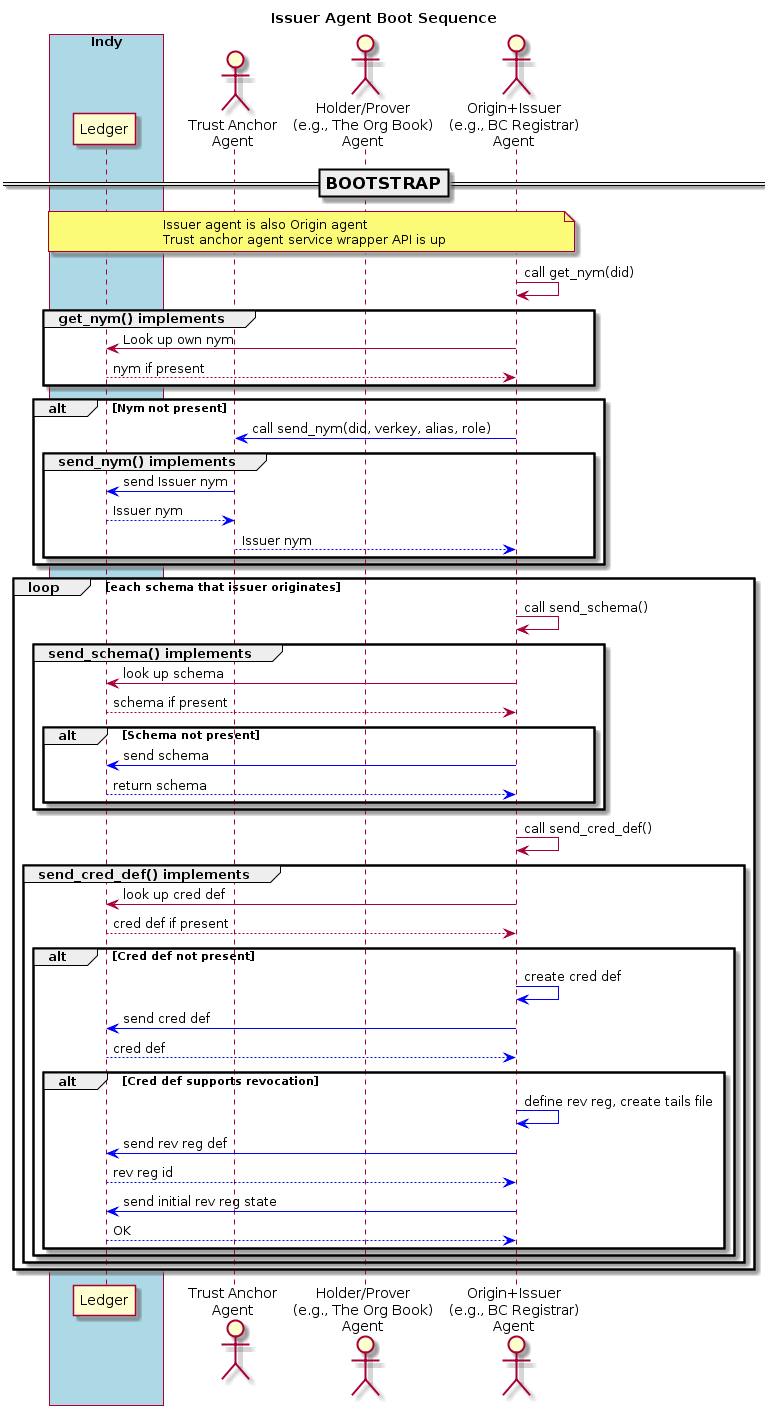
Earlier version of the PlantUML export doc/pic/boot.origin+issuer.png (PSPC-SPAC-buyandsell/von_base).
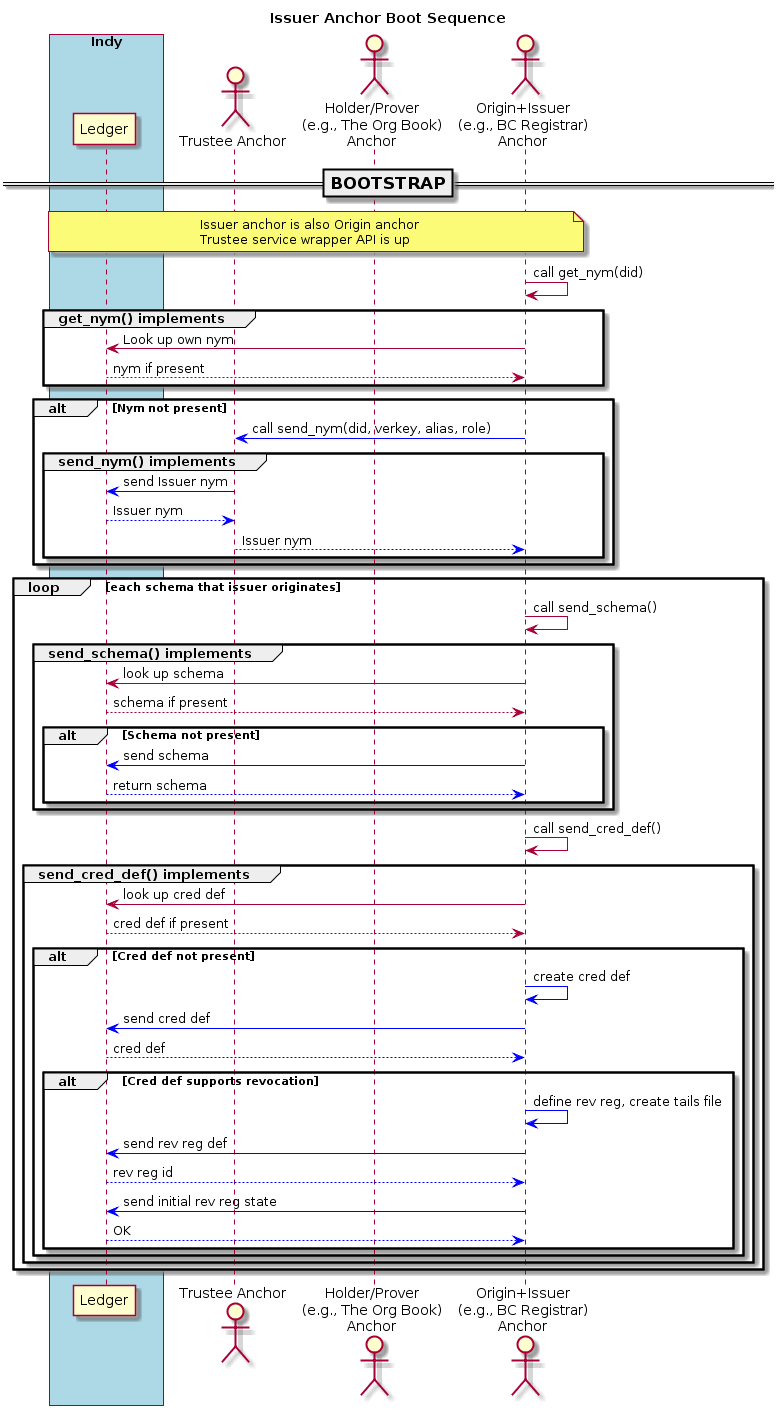
After the change.

What changed in the source:
```diff
@@ -3,61 +3,61 @@
 skinparam ParticipantPadding 20
 skinparam BaloxPadding 20
 
-title Issuer Agent Boot Sequence
+title Issuer Anchor Boot Sequence
 
 box "Indy" #LightBlue
     participant "Ledger" as ledger
 endbox
-actor "Trust Anchor\nAgent" as tag
-actor "Holder/Prover\n(e.g., The Org Book)\nAgent" as obag
-actor "Origin+Issuer\n(e.g., BC Registrar)\nAgent" as bcrag
+actor "Trustee Anchor" as tan
+actor "Holder/Prover\n(e.g., The Org Book)\nAnchor" as oban
+actor "Origin+Issuer\n(e.g., BC Registrar)\nAnchor" as bcran
 
 === BOOTSTRAP ==
-note over ledger, bcrag
-Issuer agent is also Origin agent
-Trust anchor agent service wrapper API is up
+note over ledger, bcran
+Issuer anchor is also Origin anchor
+Trustee service wrapper API is up
 endnote
 
-bcrag -> bcrag: call get_nym(did)
+bcran -> bcran: call get_nym(did)
 group get_nym() implements
-    bcrag -> ledger: Look up own nym
-    ledger --> bcrag: nym if present
+    bcran -> ledger: Look up own nym
+    ledger --> bcran: nym if present
 end
 alt Nym not present
-    bcrag -[#blue]> tag: call send_nym(did, verkey, alias, role)
+    bcran -[#blue]> tan: call send_nym(did, verkey, alias, role)
     group send_nym() implements
-        tag -[#blue]> ledger: send Issuer nym
-        ledger --[#blue]> tag: Issuer nym
-        tag --[#blue]> bcrag: Issuer nym
+        tan -[#blue]> ledger: send Issuer nym
+        ledger --[#blue]> tan: Issuer nym
+        tan --[#blue]> bcran: Issuer nym
     end
 end
 
 loop each schema that issuer originates
-    bcrag -> bcrag: call send_schema()
+    bcran -> bcran: call send_schema()
     group send_schema() implements
-        bcrag -> ledger: look up schema
-        ledger --> bcrag: schema if present
+        bcran -> ledger: look up schema
+        ledger --> bcran: schema if present
 
         alt Schema not present
-            bcrag -[#blue]> ledger: send schema
-            ledger --[#blue]> bcrag: return schema
+            bcran -[#blue]> ledger: send schema
+            ledger --[#blue]> bcran: return schema
         end
     end
 
-    bcrag -> bcrag: call send_cred_def()
+    bcran -> bcran: call send_cred_def()
     group send_cred_def() implements
-        bcrag -> ledger: look up cred def
-        ledger --> bcrag: cred def if present
+        bcran -> ledger: look up cred def
+        ledger --> bcran: cred def if present
         alt Cred def not present
-            bcrag -[#blue]> bcrag: create cred def
-            bcrag -[#blue]> ledger: send cred def
-            ledger -[#blue]-> bcrag: cred def
+            bcran -[#blue]> bcran: create cred def
+            bcran -[#blue]> ledger: send cred def
+            ledger -[#blue]-> bcran: cred def
             alt Cred def supports revocation
-                bcrag -[#blue]> bcrag: define rev reg, create tails file
-                bcrag -[#blue]> ledger: send rev reg def
-                ledger -[#blue]-> bcrag: rev reg id
-                bcrag -[#blue]> ledger: send initial rev reg state
-                ledger -[#blue]-> bcrag: OK
+                bcran -[#blue]> bcran: define rev reg, create tails file
+                bcran -[#blue]> ledger: send rev reg def
+                ledger -[#blue]-> bcran: rev reg id
+                bcran -[#blue]> ledger: send initial rev reg state
+                ledger -[#blue]-> bcran: OK
             end
         end
     end
```
